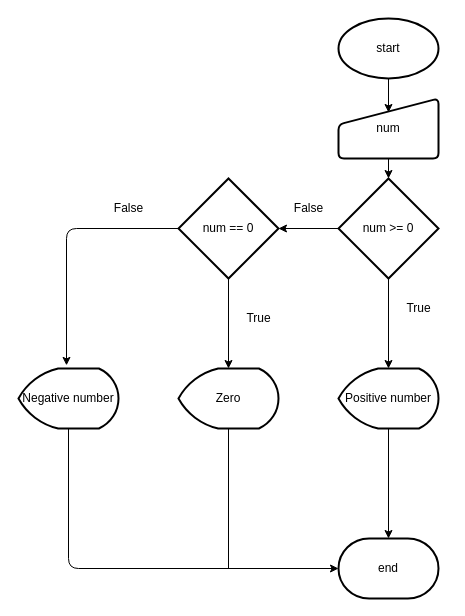
The draw.io diagram Draw IO L01/NESTED IF.drawio in Sonparun/Sonparun, before the edit. Source tidied: cells renumbered, new cells numbered last; positions are measured from the earlier drawing's top-left corner, leaving out a move shared by most shapes. Both pictures are drawn from the tidied source at 100%, with x=0, y=0 at pixel (18, 18).
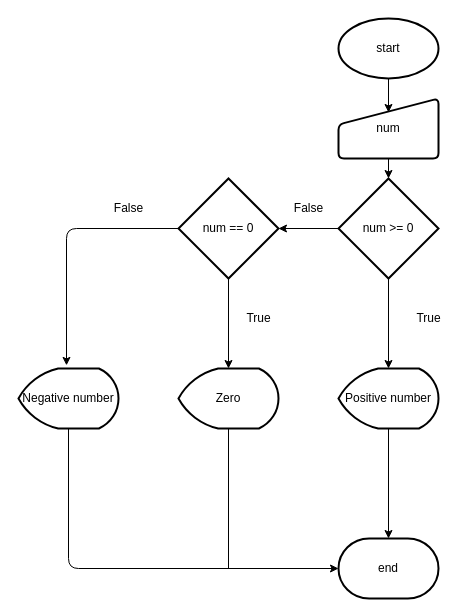
The same page after the edit.

Diff of the diagram source:
```diff
@@
-    <mxCell id="22" value="True" style="text;html=1;align=center;verticalAlign=middle;strokeColor=none;fillColor=none;" parent="1" vertex="1">
-      <mxGeometry x="380" y="280" width="40" height="20" as="geometry" />
+    <mxCell id="22" value="True" style="text;html=1;align=center;verticalAlign=middle;strokeColor=none;fillColor=none;rotation=0;" parent="1" vertex="1">
+      <mxGeometry x="390" y="290" width="40" height="20" as="geometry" />
     </mxCell>
```
